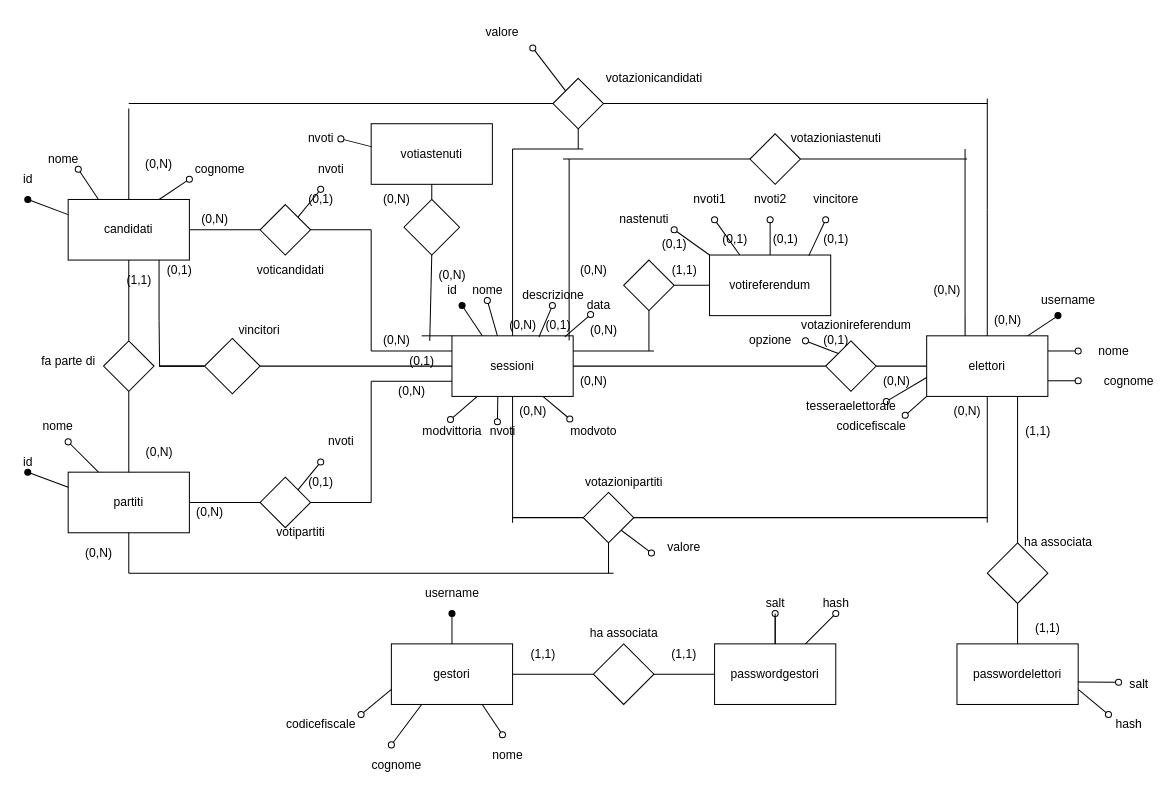
Above: docs/database/Scherma ER.drawio in gbrsni/votoElettronico (draw.io), before the change. Source tidied: cells renumbered, new cells numbered last; positions are measured from the earlier drawing's top-left corner, leaving out a move shared by most shapes. Both pictures are drawn from the tidied source at 101%, with x=0, y=0 at pixel (17, 17).
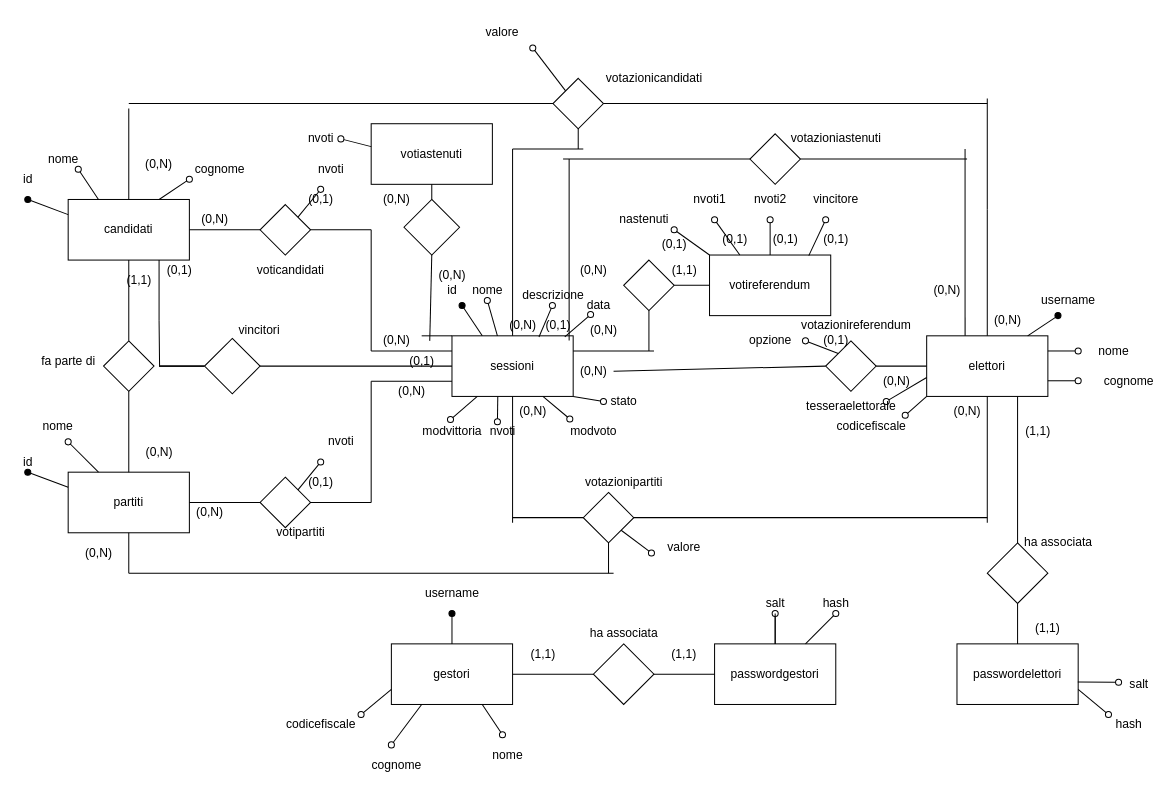
Above is the later version.

Commit message:
aggiunto stato sessione di voto

Unchanged cells that the change refers to:
```xml
<mxCell id="23" value="sessioni" style="rounded=0;whiteSpace=wrap;html=1;" parent="1" vertex="1">
  <mxGeometry x="430" y="315" width="120" height="60" as="geometry" />
</mxCell>
```

The edit, as a diff of the source:
```diff
@@
-    <mxCell id="46" style="endArrow=none;html=1;rounded=0;entryX=1;entryY=0.5;entryDx=0;entryDy=0;" parent="1" edge="1" target="23">
-      <mxGeometry relative="1" as="geometry">
-        <mxPoint x="800" y="345" as="sourcePoint" />
-      </mxGeometry>
+    <mxCell id="46" style="endArrow=none;html=1;rounded=0;entryX=1;entryY=0.5;entryDx=0;entryDy=0;startArrow=none;" parent="1" edge="1" source="77" target="23">
+      <mxGeometry relative="1" as="geometry" />
     </mxCell>
@@
-    <mxCell id="77" value="(0,N)" style="text;html=1;align=center;verticalAlign=middle;points=[];strokeColor=none;fillColor=none;" parent="1" vertex="1">
-      <mxGeometry x="550" y="350" width="40" height="20" as="geometry" />
-    </mxCell>
@@
+    <mxCell id="183" style="endArrow=oval;html=1;rounded=0;exitX=1;exitY=1;exitDx=0;exitDy=0;endFill=0;" parent="1" edge="1" source="23">
+      <mxGeometry relative="1" as="geometry">
+        <mxPoint x="580" y="380" as="targetPoint" />
+      </mxGeometry>
+    </mxCell>
+    <mxCell id="77" value="(0,N)" style="text;html=1;align=center;verticalAlign=middle;points=[];strokeColor=none;fillColor=none;" parent="1" vertex="1">
+      <mxGeometry x="550" y="340" width="40" height="20" as="geometry" />
+    </mxCell>
+    <mxCell id="184" style="endArrow=none;html=1;rounded=0;entryX=1;entryY=0.5;entryDx=0;entryDy=0;" parent="1" edge="1" target="77">
+      <mxGeometry relative="1" as="geometry">
+        <mxPoint x="800" y="345" as="sourcePoint" />
+      </mxGeometry>
+    </mxCell>
+    <mxCell id="185" value="stato" style="text;html=1;align=center;verticalAlign=middle;strokeColor=none;fillColor=none;" parent="1" vertex="1">
+      <mxGeometry x="580" y="370" width="40" height="20" as="geometry" />
+    </mxCell>
```
